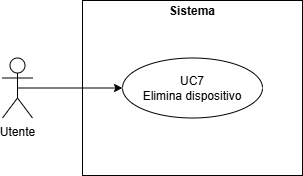
Above: src/images/diagrammiUML/UC-7.png in CoderiusGroup/Documentazione (draw.io), before the change. Source tidied: cells renumbered, new cells last; positions are measured from the earlier drawing's top-left corner, leaving out a move shared by most shapes. Source of this version:
```xml
<mxGraphModel>
  <root>
    <mxCell id="0" />
    <mxCell id="1" parent="0" />
    <mxCell id="2" value="&lt;p style=&quot;margin:0px;margin-top:4px;text-align:center;&quot;&gt;&lt;b&gt;Sistema&lt;/b&gt;&lt;/p&gt;" style="verticalAlign=top;align=left;overflow=fill;html=1;whiteSpace=wrap;fontColor=#000000;" parent="1" vertex="1">
      <mxGeometry x="80" width="220" height="175" as="geometry" />
    </mxCell>
    <mxCell id="3" style="edgeStyle=orthogonalEdgeStyle;rounded=0;jettySize=auto;html=1;exitX=0.5;exitY=0.5;exitDx=0;exitDy=0;exitPerimeter=0;entryX=0;entryY=0.5;entryDx=0;entryDy=0;" parent="1" edge="1" source="4" target="5">
      <mxGeometry relative="1" as="geometry" />
    </mxCell>
    <mxCell id="4" value="Utente" style="shape=umlActor;verticalLabelPosition=bottom;verticalAlign=top;html=1;outlineConnect=0;" parent="1" vertex="1">
      <mxGeometry y="57.5" width="30" height="60" as="geometry" />
    </mxCell>
    <mxCell id="5" value="UC7&lt;div&gt;&lt;span style=&quot;background-color: transparent; color: light-dark(rgb(0, 0, 0), rgb(255, 255, 255));&quot;&gt;Elimina dispositivo&lt;/span&gt;&lt;/div&gt;" style="ellipse;html=1;whiteSpace=wrap;" parent="1" vertex="1">
      <mxGeometry x="120" y="57.5" width="140" height="60" as="geometry" />
    </mxCell>
  </root>
</mxGraphModel>
```
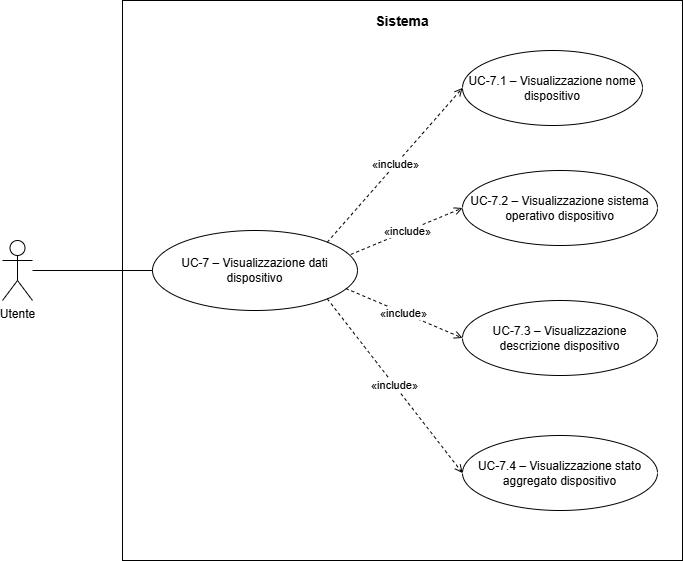
The same diagram one commit later.

Diff of the diagram source:
```diff
@@ -2,17 +2,43 @@
   <root>
     <mxCell id="0" />
     <mxCell id="1" parent="0" />
-    <mxCell id="2" value="&lt;p style=&quot;margin:0px;margin-top:4px;text-align:center;&quot;&gt;&lt;b&gt;Sistema&lt;/b&gt;&lt;/p&gt;" style="verticalAlign=top;align=left;overflow=fill;html=1;whiteSpace=wrap;fontColor=#000000;" parent="1" vertex="1">
-      <mxGeometry x="80" width="220" height="175" as="geometry" />
+    <mxCell id="2" value="&lt;b&gt;Sistema&lt;/b&gt;" style="rounded=0;whiteSpace=wrap;html=1;fillColor=none;strokeColor=#000000;strokeWidth=1;align=center;verticalAlign=top;fontSize=14;spacingTop=6;fontStyle=0;" parent="1" vertex="1">
+      <mxGeometry x="6" y="-250" width="560" height="560" as="geometry" />
     </mxCell>
-    <mxCell id="3" style="edgeStyle=orthogonalEdgeStyle;rounded=0;jettySize=auto;html=1;exitX=0.5;exitY=0.5;exitDx=0;exitDy=0;exitPerimeter=0;entryX=0;entryY=0.5;entryDx=0;entryDy=0;" parent="1" edge="1" source="4" target="5">
-      <mxGeometry relative="1" as="geometry" />
-    </mxCell>
     <mxCell id="4" value="Utente" style="shape=umlActor;verticalLabelPosition=bottom;verticalAlign=top;html=1;outlineConnect=0;" parent="1" vertex="1">
-      <mxGeometry y="57.5" width="30" height="60" as="geometry" />
+      <mxGeometry x="-114" y="-10" width="30" height="60" as="geometry" />
     </mxCell>
-    <mxCell id="5" value="UC7&lt;div&gt;&lt;span style=&quot;background-color: transparent; color: light-dark(rgb(0, 0, 0), rgb(255, 255, 255));&quot;&gt;Elimina dispositivo&lt;/span&gt;&lt;/div&gt;" style="ellipse;html=1;whiteSpace=wrap;" parent="1" vertex="1">
-      <mxGeometry x="120" y="57.5" width="140" height="60" as="geometry" />
-    </mxCell>
+    <mxCell id="6" value="UC-7 – Visualizzazione dati dispositivo" style="ellipse;whiteSpace=wrap;html=1;fillColor=#ffffff;strokeColor=#000000;strokeWidth=1;fontSize=12;" parent="1" vertex="1">
+      <mxGeometry x="36" y="-20" width="205" height="80" as="geometry" />
+    </mxCell>
+    <mxCell id="7" value="UC-7.4 – Visualizzazione stato aggregato dispositivo" style="ellipse;whiteSpace=wrap;html=1;fillColor=#ffffff;strokeColor=#000000;strokeWidth=1;fontSize=12;" parent="1" vertex="1">
+      <mxGeometry x="346" y="185" width="195" height="75" as="geometry" />
+    </mxCell>
+    <mxCell id="8" value="UC-7.3 – Visualizzazione descrizione dispositivo" style="ellipse;whiteSpace=wrap;html=1;fillColor=#ffffff;strokeColor=#000000;strokeWidth=1;fontSize=12;" parent="1" vertex="1">
+      <mxGeometry x="346" y="50" width="195" height="75" as="geometry" />
+    </mxCell>
+    <mxCell id="9" value="UC-7.2 – Visualizzazione sistema operativo dispositivo" style="ellipse;whiteSpace=wrap;html=1;fillColor=#ffffff;strokeColor=#000000;strokeWidth=1;fontSize=12;" parent="1" vertex="1">
+      <mxGeometry x="346" y="-80" width="195" height="75" as="geometry" />
+    </mxCell>
+    <mxCell id="10" value="UC-7.1 – Visualizzazione nome dispositivo" style="ellipse;whiteSpace=wrap;html=1;fillColor=#ffffff;strokeColor=#000000;strokeWidth=1;fontSize=12;" parent="1" vertex="1">
+      <mxGeometry x="346" y="-200" width="180" height="75" as="geometry" />
+    </mxCell>
+    <mxCell id="11" style="endArrow=none;html=1;strokeColor=#000000;strokeWidth=1;entryX=0;entryY=0.5;entryDx=0;entryDy=0;" parent="1" edge="1" target="6">
+      <mxGeometry relative="1" as="geometry">
+        <mxPoint x="-84" y="20" as="sourcePoint" />
+      </mxGeometry>
+    </mxCell>
+    <mxCell id="12" value="«include»" style="dashed=1;endArrow=open;endFill=0;html=1;strokeColor=#000000;strokeWidth=1;fontSize=11;exitX=1;exitY=1;exitDx=0;exitDy=0;entryX=0;entryY=0.5;entryDx=0;entryDy=0;" parent="1" edge="1" source="6" target="7">
+      <mxGeometry relative="1" as="geometry" />
+    </mxCell>
+    <mxCell id="13" value="«include»" style="dashed=1;endArrow=open;endFill=0;html=1;strokeColor=#000000;strokeWidth=1;fontSize=11;exitX=0.943;exitY=0.725;exitDx=0;exitDy=0;entryX=0;entryY=0.5;entryDx=0;entryDy=0;exitPerimeter=0;" parent="1" edge="1" source="6" target="8">
+      <mxGeometry relative="1" as="geometry" />
+    </mxCell>
+    <mxCell id="14" value="«include»" style="dashed=1;endArrow=open;endFill=0;html=1;strokeColor=#000000;strokeWidth=1;fontSize=11;exitX=0.967;exitY=0.3;exitDx=0;exitDy=0;entryX=0;entryY=0.5;entryDx=0;entryDy=0;exitPerimeter=0;" parent="1" edge="1" source="6" target="9">
+      <mxGeometry relative="1" as="geometry" />
+    </mxCell>
+    <mxCell id="15" value="«include»" style="dashed=1;endArrow=open;endFill=0;html=1;strokeColor=#000000;strokeWidth=1;fontSize=11;exitX=1;exitY=0;exitDx=0;exitDy=0;entryX=0;entryY=0.5;entryDx=0;entryDy=0;" parent="1" edge="1" source="6" target="10">
+      <mxGeometry relative="1" as="geometry" />
+    </mxCell>
   </root>
 </mxGraphModel>
```
